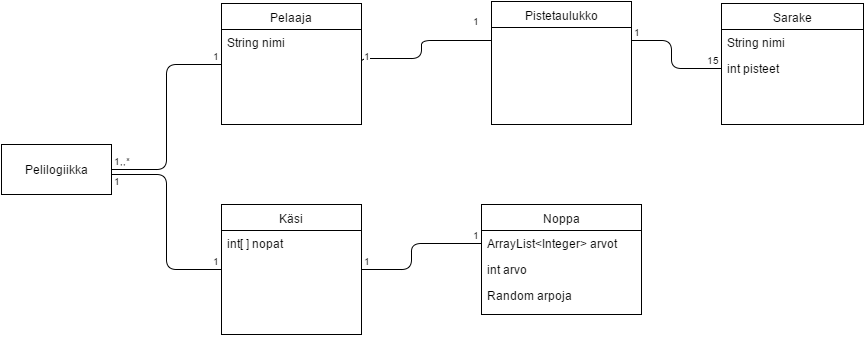
The draw.io diagram dokumentaatio/Yatzy.png in iirekola/Yatzy, before a commit. Source tidied: cells renumbered, new cells last; positions are measured from the earlier drawing's top-left corner, leaving out a move shared by most shapes. Source of this version:
```xml
<mxGraphModel background="#ffffff">
  <root>
    <mxCell id="0" />
    <mxCell id="1" parent="0" />
    <mxCell id="2" value="Noppa" style="swimlane;html=1;fontStyle=0;horizontal=1;startSize=26;fillColor=none;swimlaneFillColor=#ffffff;" parent="1" vertex="1">
      <mxGeometry x="480" y="203" width="160" height="110" as="geometry" />
    </mxCell>
    <mxCell id="3" value="ArrayList&amp;lt;Integer&amp;gt; arvot" style="text;html=1;strokeColor=none;fillColor=none;align=left;verticalAlign=top;spacingLeft=4;spacingRight=4;whiteSpace=wrap;overflow=hidden;points=[[0,0.5],[1,0.5]];portConstraint=eastwest;" parent="2" vertex="1">
      <mxGeometry y="26" width="160" height="26" as="geometry" />
    </mxCell>
    <mxCell id="4" value="int arvo" style="text;html=1;strokeColor=none;fillColor=none;align=left;verticalAlign=top;spacingLeft=4;spacingRight=4;whiteSpace=wrap;overflow=hidden;" parent="2" vertex="1">
      <mxGeometry y="52" width="160" height="26" as="geometry" />
    </mxCell>
    <mxCell id="5" value="Random arpoja" style="text;html=1;strokeColor=none;fillColor=none;align=left;verticalAlign=top;spacingLeft=4;spacingRight=4;whiteSpace=wrap;overflow=hidden;" parent="2" vertex="1">
      <mxGeometry y="78" width="160" height="26" as="geometry" />
    </mxCell>
    <mxCell id="6" value="Pistetaulukko" style="swimlane;html=1;fontStyle=0;horizontal=1;startSize=26;fillColor=none;swimlaneFillColor=#ffffff;" parent="1" vertex="1">
      <mxGeometry x="490" width="140" height="123" as="geometry" />
    </mxCell>
    <mxCell id="7" value="Sarake" style="swimlane;html=1;fontStyle=0;horizontal=1;startSize=26;fillColor=none;swimlaneFillColor=#ffffff;" parent="1" vertex="1">
      <mxGeometry x="720" y="2" width="142" height="121" as="geometry" />
    </mxCell>
    <mxCell id="8" value="String nimi" style="text;html=1;strokeColor=none;fillColor=none;align=left;verticalAlign=top;spacingLeft=4;spacingRight=4;whiteSpace=wrap;overflow=hidden;" parent="7" vertex="1">
      <mxGeometry y="26" width="142" height="26" as="geometry" />
    </mxCell>
    <mxCell id="9" value="int pisteet" style="text;html=1;strokeColor=none;fillColor=none;align=left;verticalAlign=top;spacingLeft=4;spacingRight=4;whiteSpace=wrap;overflow=hidden;points=[[0,0.5],[1,0.5]];portConstraint=eastwest;" parent="7" vertex="1">
      <mxGeometry y="52" width="142" height="26" as="geometry" />
    </mxCell>
    <mxCell id="10" value="Käsi" style="swimlane;html=1;fontStyle=0;horizontal=1;startSize=26;fillColor=none;swimlaneFillColor=#ffffff;" parent="1" vertex="1">
      <mxGeometry x="220" y="203" width="140" height="130" as="geometry" />
    </mxCell>
    <mxCell id="11" value="int[ ] nopat" style="text;html=1;strokeColor=none;fillColor=none;align=left;verticalAlign=top;spacingLeft=4;spacingRight=4;whiteSpace=wrap;overflow=hidden;" parent="10" vertex="1">
      <mxGeometry y="26" width="140" height="26" as="geometry" />
    </mxCell>
    <mxCell id="12" style="edgeStyle=orthogonalEdgeStyle;rounded=0;html=1;exitX=0.5;exitY=1;entryX=0.5;entryY=1;jettySize=auto;orthogonalLoop=1;" parent="1" edge="1" source="10" target="10">
      <mxGeometry relative="1" as="geometry" />
    </mxCell>
    <mxCell id="13" value="Pelaaja" style="swimlane;html=1;fontStyle=0;horizontal=1;startSize=26;fillColor=none;swimlaneFillColor=#ffffff;" parent="1" vertex="1">
      <mxGeometry x="220" y="2" width="140" height="121" as="geometry" />
    </mxCell>
    <mxCell id="14" value="String nimi" style="text;html=1;strokeColor=none;fillColor=none;align=left;verticalAlign=top;spacingLeft=4;spacingRight=4;whiteSpace=wrap;overflow=hidden;" parent="13" vertex="1">
      <mxGeometry y="26" width="140" height="26" as="geometry" />
    </mxCell>
    <mxCell id="15" style="endArrow=none;html=1;edgeStyle=orthogonalEdgeStyle;entryX=0;entryY=0.5;exitX=1;exitY=0.5;" parent="1" edge="1" source="13">
      <mxGeometry relative="1" as="geometry">
        <mxPoint x="490" y="39" as="targetPoint" />
        <Array as="points">
          <mxPoint x="360" y="57" />
          <mxPoint x="420" y="57" />
          <mxPoint x="420" y="39" />
        </Array>
      </mxGeometry>
    </mxCell>
    <mxCell id="16" value="1" style="html=1;align=left;verticalAlign=bottom;labelBackgroundColor=#ffffff;fontSize=10;" parent="15" vertex="1">
      <mxGeometry x="-1" relative="1" as="geometry" />
    </mxCell>
    <mxCell id="17" value="1" style="html=1;align=right;verticalAlign=bottom;labelBackgroundColor=#ffffff;fontSize=10;" parent="15" vertex="1">
      <mxGeometry x="1" relative="1" as="geometry">
        <mxPoint x="-10" y="-11" as="offset" />
      </mxGeometry>
    </mxCell>
    <mxCell id="18" style="endArrow=none;html=1;edgeStyle=orthogonalEdgeStyle;entryX=0;entryY=0.5;exitX=1;exitY=0.5;" parent="1" edge="1" target="9">
      <mxGeometry relative="1" as="geometry">
        <mxPoint x="630" y="39" as="sourcePoint" />
        <Array as="points">
          <mxPoint x="670" y="39" />
          <mxPoint x="670" y="67" />
        </Array>
      </mxGeometry>
    </mxCell>
    <mxCell id="19" value="1" style="html=1;align=left;verticalAlign=bottom;labelBackgroundColor=#ffffff;fontSize=10;" parent="18" vertex="1">
      <mxGeometry x="-1" relative="1" as="geometry" />
    </mxCell>
    <mxCell id="20" value="15" style="html=1;align=right;verticalAlign=bottom;labelBackgroundColor=#ffffff;fontSize=10;" parent="18" vertex="1">
      <mxGeometry x="1" relative="1" as="geometry" />
    </mxCell>
    <mxCell id="21" style="endArrow=none;html=1;edgeStyle=orthogonalEdgeStyle;entryX=0;entryY=0.5;exitX=1;exitY=0.5;" parent="1" edge="1" source="10" target="3">
      <mxGeometry relative="1" as="geometry">
        <Array as="points">
          <mxPoint x="410" y="268" />
          <mxPoint x="410" y="242" />
        </Array>
      </mxGeometry>
    </mxCell>
    <mxCell id="22" value="1" style="html=1;align=left;verticalAlign=bottom;labelBackgroundColor=#ffffff;fontSize=10;" parent="21" vertex="1">
      <mxGeometry x="-1" relative="1" as="geometry" />
    </mxCell>
    <mxCell id="23" value="1" style="html=1;align=right;verticalAlign=bottom;labelBackgroundColor=#ffffff;fontSize=10;" parent="21" vertex="1">
      <mxGeometry x="1" relative="1" as="geometry" />
    </mxCell>
    <mxCell id="24" value="Pelilogiikka" style="html=1;" parent="1" vertex="1">
      <mxGeometry y="143" width="110" height="50" as="geometry" />
    </mxCell>
    <mxCell id="25" style="endArrow=none;html=1;edgeStyle=orthogonalEdgeStyle;entryX=0;entryY=0.5;" parent="1" edge="1" source="24" target="13">
      <mxGeometry relative="1" as="geometry">
        <Array as="points">
          <mxPoint x="165" y="168" />
          <mxPoint x="165" y="63" />
        </Array>
      </mxGeometry>
    </mxCell>
    <mxCell id="26" value="1,,*" style="html=1;align=left;verticalAlign=bottom;labelBackgroundColor=#ffffff;fontSize=10;" parent="25" vertex="1">
      <mxGeometry x="-1" relative="1" as="geometry" />
    </mxCell>
    <mxCell id="27" value="1" style="html=1;align=right;verticalAlign=bottom;labelBackgroundColor=#ffffff;fontSize=10;" parent="25" vertex="1">
      <mxGeometry x="1" relative="1" as="geometry" />
    </mxCell>
    <mxCell id="28" style="endArrow=none;html=1;edgeStyle=orthogonalEdgeStyle;entryX=0;entryY=0.5;" parent="1" edge="1" source="24" target="10">
      <mxGeometry relative="1" as="geometry">
        <Array as="points">
          <mxPoint x="165" y="173" />
          <mxPoint x="165" y="268" />
        </Array>
      </mxGeometry>
    </mxCell>
    <mxCell id="29" value="1" style="html=1;align=left;verticalAlign=bottom;labelBackgroundColor=#ffffff;fontSize=10;" parent="28" vertex="1">
      <mxGeometry x="-1" relative="1" as="geometry">
        <mxPoint y="15" as="offset" />
      </mxGeometry>
    </mxCell>
    <mxCell id="30" value="1" style="html=1;align=right;verticalAlign=bottom;labelBackgroundColor=#ffffff;fontSize=10;" parent="28" vertex="1">
      <mxGeometry x="1" relative="1" as="geometry" />
    </mxCell>
  </root>
</mxGraphModel>
```
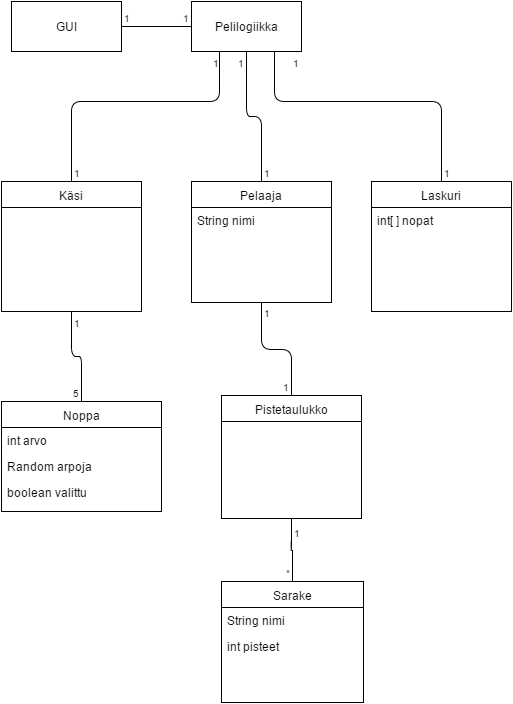
After the change.

The edit, as a diff of the source:
```diff
@@ -3,22 +3,22 @@
     <mxCell id="0" />
     <mxCell id="1" parent="0" />
     <mxCell id="2" value="Noppa" style="swimlane;html=1;fontStyle=0;horizontal=1;startSize=26;fillColor=none;swimlaneFillColor=#ffffff;" parent="1" vertex="1">
-      <mxGeometry x="480" y="203" width="160" height="110" as="geometry" />
+      <mxGeometry x="110" y="593" width="160" height="110" as="geometry" />
     </mxCell>
-    <mxCell id="3" value="ArrayList&amp;lt;Integer&amp;gt; arvot" style="text;html=1;strokeColor=none;fillColor=none;align=left;verticalAlign=top;spacingLeft=4;spacingRight=4;whiteSpace=wrap;overflow=hidden;points=[[0,0.5],[1,0.5]];portConstraint=eastwest;" parent="2" vertex="1">
-      <mxGeometry y="26" width="160" height="26" as="geometry" />
-    </mxCell>
     <mxCell id="4" value="int arvo" style="text;html=1;strokeColor=none;fillColor=none;align=left;verticalAlign=top;spacingLeft=4;spacingRight=4;whiteSpace=wrap;overflow=hidden;" parent="2" vertex="1">
-      <mxGeometry y="52" width="160" height="26" as="geometry" />
+      <mxGeometry y="26" width="160" height="26" as="geometry" />
     </mxCell>
     <mxCell id="5" value="Random arpoja" style="text;html=1;strokeColor=none;fillColor=none;align=left;verticalAlign=top;spacingLeft=4;spacingRight=4;whiteSpace=wrap;overflow=hidden;" parent="2" vertex="1">
-      <mxGeometry y="78" width="160" height="26" as="geometry" />
+      <mxGeometry y="52" width="160" height="26" as="geometry" />
     </mxCell>
+    <mxCell id="31" value="boolean valittu" style="text;html=1;strokeColor=none;fillColor=none;align=left;verticalAlign=top;spacingLeft=4;spacingRight=4;whiteSpace=wrap;overflow=hidden;" parent="2" vertex="1">
+      <mxGeometry y="78" width="160" height="26" as="geometry" />
+    </mxCell>
     <mxCell id="6" value="Pistetaulukko" style="swimlane;html=1;fontStyle=0;horizontal=1;startSize=26;fillColor=none;swimlaneFillColor=#ffffff;" parent="1" vertex="1">
-      <mxGeometry x="490" width="140" height="123" as="geometry" />
+      <mxGeometry x="330" y="587" width="140" height="123" as="geometry" />
     </mxCell>
     <mxCell id="7" value="Sarake" style="swimlane;html=1;fontStyle=0;horizontal=1;startSize=26;fillColor=none;swimlaneFillColor=#ffffff;" parent="1" vertex="1">
-      <mxGeometry x="720" y="2" width="142" height="121" as="geometry" />
+      <mxGeometry x="330" y="773" width="142" height="121" as="geometry" />
     </mxCell>
     <mxCell id="8" value="String nimi" style="text;html=1;strokeColor=none;fillColor=none;align=left;verticalAlign=top;spacingLeft=4;spacingRight=4;whiteSpace=wrap;overflow=hidden;" parent="7" vertex="1">
       <mxGeometry y="26" width="142" height="26" as="geometry" />
@@ -26,8 +26,8 @@
     <mxCell id="9" value="int pisteet" style="text;html=1;strokeColor=none;fillColor=none;align=left;verticalAlign=top;spacingLeft=4;spacingRight=4;whiteSpace=wrap;overflow=hidden;points=[[0,0.5],[1,0.5]];portConstraint=eastwest;" parent="7" vertex="1">
       <mxGeometry y="52" width="142" height="26" as="geometry" />
     </mxCell>
-    <mxCell id="10" value="Käsi" style="swimlane;html=1;fontStyle=0;horizontal=1;startSize=26;fillColor=none;swimlaneFillColor=#ffffff;" parent="1" vertex="1">
-      <mxGeometry x="220" y="203" width="140" height="130" as="geometry" />
+    <mxCell id="10" value="Laskuri" style="swimlane;html=1;fontStyle=0;horizontal=1;startSize=26;fillColor=none;swimlaneFillColor=#ffffff;" parent="1" vertex="1">
+      <mxGeometry x="480" y="373" width="140" height="130" as="geometry" />
     </mxCell>
     <mxCell id="11" value="int[ ] nopat" style="text;html=1;strokeColor=none;fillColor=none;align=left;verticalAlign=top;spacingLeft=4;spacingRight=4;whiteSpace=wrap;overflow=hidden;" parent="10" vertex="1">
       <mxGeometry y="26" width="140" height="26" as="geometry" />
@@ -36,90 +36,124 @@
       <mxGeometry relative="1" as="geometry" />
     </mxCell>
     <mxCell id="13" value="Pelaaja" style="swimlane;html=1;fontStyle=0;horizontal=1;startSize=26;fillColor=none;swimlaneFillColor=#ffffff;" parent="1" vertex="1">
-      <mxGeometry x="220" y="2" width="140" height="121" as="geometry" />
+      <mxGeometry x="300" y="373" width="140" height="121" as="geometry" />
     </mxCell>
     <mxCell id="14" value="String nimi" style="text;html=1;strokeColor=none;fillColor=none;align=left;verticalAlign=top;spacingLeft=4;spacingRight=4;whiteSpace=wrap;overflow=hidden;" parent="13" vertex="1">
       <mxGeometry y="26" width="140" height="26" as="geometry" />
     </mxCell>
-    <mxCell id="15" style="endArrow=none;html=1;edgeStyle=orthogonalEdgeStyle;entryX=0;entryY=0.5;exitX=1;exitY=0.5;" parent="1" edge="1" source="13">
-      <mxGeometry relative="1" as="geometry">
-        <mxPoint x="490" y="39" as="targetPoint" />
-        <Array as="points">
-          <mxPoint x="360" y="57" />
-          <mxPoint x="420" y="57" />
-          <mxPoint x="420" y="39" />
-        </Array>
-      </mxGeometry>
-    </mxCell>
-    <mxCell id="16" value="1" style="html=1;align=left;verticalAlign=bottom;labelBackgroundColor=#ffffff;fontSize=10;" parent="15" vertex="1">
-      <mxGeometry x="-1" relative="1" as="geometry" />
-    </mxCell>
-    <mxCell id="17" value="1" style="html=1;align=right;verticalAlign=bottom;labelBackgroundColor=#ffffff;fontSize=10;" parent="15" vertex="1">
-      <mxGeometry x="1" relative="1" as="geometry">
-        <mxPoint x="-10" y="-11" as="offset" />
-      </mxGeometry>
-    </mxCell>
-    <mxCell id="18" style="endArrow=none;html=1;edgeStyle=orthogonalEdgeStyle;entryX=0;entryY=0.5;exitX=1;exitY=0.5;" parent="1" edge="1" target="9">
-      <mxGeometry relative="1" as="geometry">
-        <mxPoint x="630" y="39" as="sourcePoint" />
-        <Array as="points">
-          <mxPoint x="670" y="39" />
-          <mxPoint x="670" y="67" />
-        </Array>
-      </mxGeometry>
-    </mxCell>
-    <mxCell id="19" value="1" style="html=1;align=left;verticalAlign=bottom;labelBackgroundColor=#ffffff;fontSize=10;" parent="18" vertex="1">
-      <mxGeometry x="-1" relative="1" as="geometry" />
-    </mxCell>
-    <mxCell id="20" value="15" style="html=1;align=right;verticalAlign=bottom;labelBackgroundColor=#ffffff;fontSize=10;" parent="18" vertex="1">
-      <mxGeometry x="1" relative="1" as="geometry" />
-    </mxCell>
-    <mxCell id="21" style="endArrow=none;html=1;edgeStyle=orthogonalEdgeStyle;entryX=0;entryY=0.5;exitX=1;exitY=0.5;" parent="1" edge="1" source="10" target="3">
-      <mxGeometry relative="1" as="geometry">
-        <Array as="points">
-          <mxPoint x="410" y="268" />
-          <mxPoint x="410" y="242" />
-        </Array>
-      </mxGeometry>
-    </mxCell>
-    <mxCell id="22" value="1" style="html=1;align=left;verticalAlign=bottom;labelBackgroundColor=#ffffff;fontSize=10;" parent="21" vertex="1">
-      <mxGeometry x="-1" relative="1" as="geometry" />
-    </mxCell>
-    <mxCell id="23" value="1" style="html=1;align=right;verticalAlign=bottom;labelBackgroundColor=#ffffff;fontSize=10;" parent="21" vertex="1">
-      <mxGeometry x="1" relative="1" as="geometry" />
-    </mxCell>
     <mxCell id="24" value="Pelilogiikka" style="html=1;" parent="1" vertex="1">
-      <mxGeometry y="143" width="110" height="50" as="geometry" />
+      <mxGeometry x="300" y="193" width="110" height="50" as="geometry" />
     </mxCell>
-    <mxCell id="25" style="endArrow=none;html=1;edgeStyle=orthogonalEdgeStyle;entryX=0;entryY=0.5;" parent="1" edge="1" source="24" target="13">
-      <mxGeometry relative="1" as="geometry">
-        <Array as="points">
-          <mxPoint x="165" y="168" />
-          <mxPoint x="165" y="63" />
-        </Array>
-      </mxGeometry>
-    </mxCell>
-    <mxCell id="26" value="1,,*" style="html=1;align=left;verticalAlign=bottom;labelBackgroundColor=#ffffff;fontSize=10;" parent="25" vertex="1">
-      <mxGeometry x="-1" relative="1" as="geometry" />
-    </mxCell>
-    <mxCell id="27" value="1" style="html=1;align=right;verticalAlign=bottom;labelBackgroundColor=#ffffff;fontSize=10;" parent="25" vertex="1">
-      <mxGeometry x="1" relative="1" as="geometry" />
-    </mxCell>
-    <mxCell id="28" style="endArrow=none;html=1;edgeStyle=orthogonalEdgeStyle;entryX=0;entryY=0.5;" parent="1" edge="1" source="24" target="10">
-      <mxGeometry relative="1" as="geometry">
-        <Array as="points">
-          <mxPoint x="165" y="173" />
-          <mxPoint x="165" y="268" />
-        </Array>
-      </mxGeometry>
-    </mxCell>
-    <mxCell id="29" value="1" style="html=1;align=left;verticalAlign=bottom;labelBackgroundColor=#ffffff;fontSize=10;" parent="28" vertex="1">
-      <mxGeometry x="-1" relative="1" as="geometry">
-        <mxPoint y="15" as="offset" />
-      </mxGeometry>
-    </mxCell>
-    <mxCell id="30" value="1" style="html=1;align=right;verticalAlign=bottom;labelBackgroundColor=#ffffff;fontSize=10;" parent="28" vertex="1">
-      <mxGeometry x="1" relative="1" as="geometry" />
-    </mxCell>
+    <mxCell id="32" value="GUI" style="html=1;" parent="1" vertex="1">
+      <mxGeometry x="120" y="193" width="110" height="50" as="geometry" />
+    </mxCell>
+    <mxCell id="33" value="Käsi" style="swimlane;html=1;fontStyle=0;horizontal=1;startSize=26;fillColor=none;swimlaneFillColor=#ffffff;" parent="1" vertex="1">
+      <mxGeometry x="110" y="373" width="140" height="130" as="geometry" />
+    </mxCell>
+    <mxCell id="34" style="endArrow=none;html=1;edgeStyle=orthogonalEdgeStyle;entryX=0;entryY=0.5;" parent="1" edge="1" source="32" target="24">
+      <mxGeometry relative="1" as="geometry" />
+    </mxCell>
+    <mxCell id="35" value="1" style="html=1;align=left;verticalAlign=bottom;labelBackgroundColor=#ffffff;fontSize=10;" parent="34" vertex="1">
+      <mxGeometry x="-1" relative="1" as="geometry" />
+    </mxCell>
+    <mxCell id="36" value="1" style="html=1;align=right;verticalAlign=bottom;labelBackgroundColor=#ffffff;fontSize=10;" parent="34" vertex="1">
+      <mxGeometry x="1" relative="1" as="geometry" />
+    </mxCell>
+    <mxCell id="37" style="endArrow=none;html=1;edgeStyle=orthogonalEdgeStyle;entryX=0.25;entryY=1;" parent="1" edge="1" source="33" target="24">
+      <mxGeometry relative="1" as="geometry">
+        <Array as="points">
+          <mxPoint x="180" y="293" />
+          <mxPoint x="328" y="293" />
+        </Array>
+      </mxGeometry>
+    </mxCell>
+    <mxCell id="38" value="1" style="html=1;align=left;verticalAlign=bottom;labelBackgroundColor=#ffffff;fontSize=10;" parent="37" vertex="1">
+      <mxGeometry x="-1" relative="1" as="geometry" />
+    </mxCell>
+    <mxCell id="39" value="1" style="html=1;align=right;verticalAlign=bottom;labelBackgroundColor=#ffffff;fontSize=10;" parent="37" vertex="1">
+      <mxGeometry x="1" relative="1" as="geometry">
+        <mxPoint x="2" y="20" as="offset" />
+      </mxGeometry>
+    </mxCell>
+    <mxCell id="40" style="endArrow=none;html=1;edgeStyle=orthogonalEdgeStyle;entryX=0.5;entryY=1;" parent="1" edge="1" source="13" target="24">
+      <mxGeometry relative="1" as="geometry">
+        <Array as="points">
+          <mxPoint x="370" y="308" />
+          <mxPoint x="355" y="308" />
+        </Array>
+      </mxGeometry>
+    </mxCell>
+    <mxCell id="41" value="1" style="html=1;align=left;verticalAlign=bottom;labelBackgroundColor=#ffffff;fontSize=10;" parent="40" vertex="1">
+      <mxGeometry x="-1" relative="1" as="geometry" />
+    </mxCell>
+    <mxCell id="42" value="1" style="html=1;align=right;verticalAlign=bottom;labelBackgroundColor=#ffffff;fontSize=10;" parent="40" vertex="1">
+      <mxGeometry x="1" relative="1" as="geometry">
+        <mxPoint y="20" as="offset" />
+      </mxGeometry>
+    </mxCell>
+    <mxCell id="43" style="endArrow=none;html=1;edgeStyle=orthogonalEdgeStyle;entryX=0.75;entryY=1;" parent="1" edge="1" source="10" target="24">
+      <mxGeometry relative="1" as="geometry">
+        <Array as="points">
+          <mxPoint x="550" y="293" />
+          <mxPoint x="383" y="293" />
+        </Array>
+      </mxGeometry>
+    </mxCell>
+    <mxCell id="44" value="1" style="html=1;align=left;verticalAlign=bottom;labelBackgroundColor=#ffffff;fontSize=10;" parent="43" vertex="1">
+      <mxGeometry x="-1" relative="1" as="geometry" />
+    </mxCell>
+    <mxCell id="45" value="1" style="html=1;align=right;verticalAlign=bottom;labelBackgroundColor=#ffffff;fontSize=10;" parent="43" vertex="1">
+      <mxGeometry x="1" relative="1" as="geometry">
+        <mxPoint x="27" y="20" as="offset" />
+      </mxGeometry>
+    </mxCell>
+    <mxCell id="46" style="endArrow=none;html=1;edgeStyle=orthogonalEdgeStyle;entryX=0.5;entryY=0;" parent="1" edge="1" source="33" target="2">
+      <mxGeometry relative="1" as="geometry">
+        <Array as="points">
+          <mxPoint x="180" y="548" />
+          <mxPoint x="190" y="548" />
+        </Array>
+      </mxGeometry>
+    </mxCell>
+    <mxCell id="47" value="1" style="html=1;align=left;verticalAlign=bottom;labelBackgroundColor=#ffffff;fontSize=10;" parent="46" vertex="1">
+      <mxGeometry x="-1" relative="1" as="geometry">
+        <mxPoint y="20" as="offset" />
+      </mxGeometry>
+    </mxCell>
+    <mxCell id="48" value="5" style="html=1;align=right;verticalAlign=bottom;labelBackgroundColor=#ffffff;fontSize=10;" parent="46" vertex="1">
+      <mxGeometry x="1" relative="1" as="geometry" />
+    </mxCell>
+    <mxCell id="49" style="endArrow=none;html=1;edgeStyle=orthogonalEdgeStyle;entryX=0.5;entryY=0;" parent="1" edge="1" source="13" target="6">
+      <mxGeometry relative="1" as="geometry">
+        <Array as="points">
+          <mxPoint x="370" y="541" />
+          <mxPoint x="400" y="541" />
+        </Array>
+      </mxGeometry>
+    </mxCell>
+    <mxCell id="50" value="1" style="html=1;align=left;verticalAlign=bottom;labelBackgroundColor=#ffffff;fontSize=10;" parent="49" vertex="1">
+      <mxGeometry x="-1" relative="1" as="geometry">
+        <mxPoint y="19" as="offset" />
+      </mxGeometry>
+    </mxCell>
+    <mxCell id="51" value="1" style="html=1;align=right;verticalAlign=bottom;labelBackgroundColor=#ffffff;fontSize=10;" parent="49" vertex="1">
+      <mxGeometry x="1" relative="1" as="geometry" />
+    </mxCell>
+    <mxCell id="52" style="endArrow=none;html=1;edgeStyle=orthogonalEdgeStyle;entryX=0.5;entryY=0;" parent="1" edge="1" source="6" target="7">
+      <mxGeometry relative="1" as="geometry">
+        <Array as="points">
+          <mxPoint x="400" y="742" />
+          <mxPoint x="401" y="742" />
+        </Array>
+      </mxGeometry>
+    </mxCell>
+    <mxCell id="53" value="1" style="html=1;align=left;verticalAlign=bottom;labelBackgroundColor=#ffffff;fontSize=10;" parent="52" vertex="1">
+      <mxGeometry x="-1" relative="1" as="geometry">
+        <mxPoint y="23" as="offset" />
+      </mxGeometry>
+    </mxCell>
+    <mxCell id="54" value="*" style="html=1;align=right;verticalAlign=bottom;labelBackgroundColor=#ffffff;fontSize=10;" parent="52" vertex="1">
+      <mxGeometry x="1" relative="1" as="geometry" />
+    </mxCell>
   </root>
 </mxGraphModel>
```
